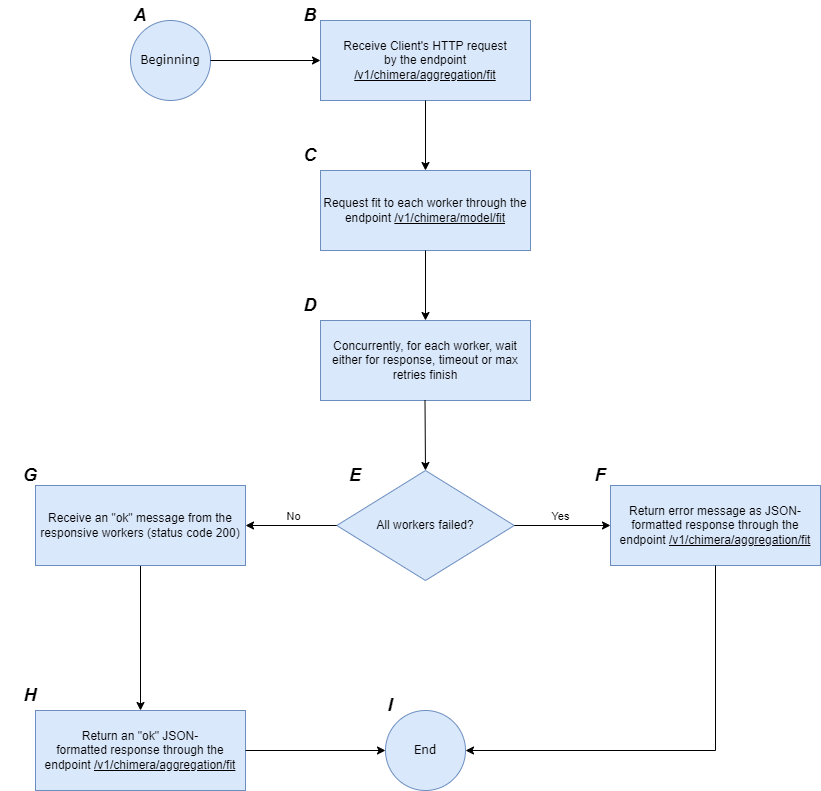
Before: images/aggregation_master_fit_state_machine_flowchart.drawio.png, a diagram exported from draw.io (Samirnunes/chimera). Source tidied: cells renumbered, new cells last; positions are measured from the earlier drawing's top-left corner, leaving out a move shared by most shapes.
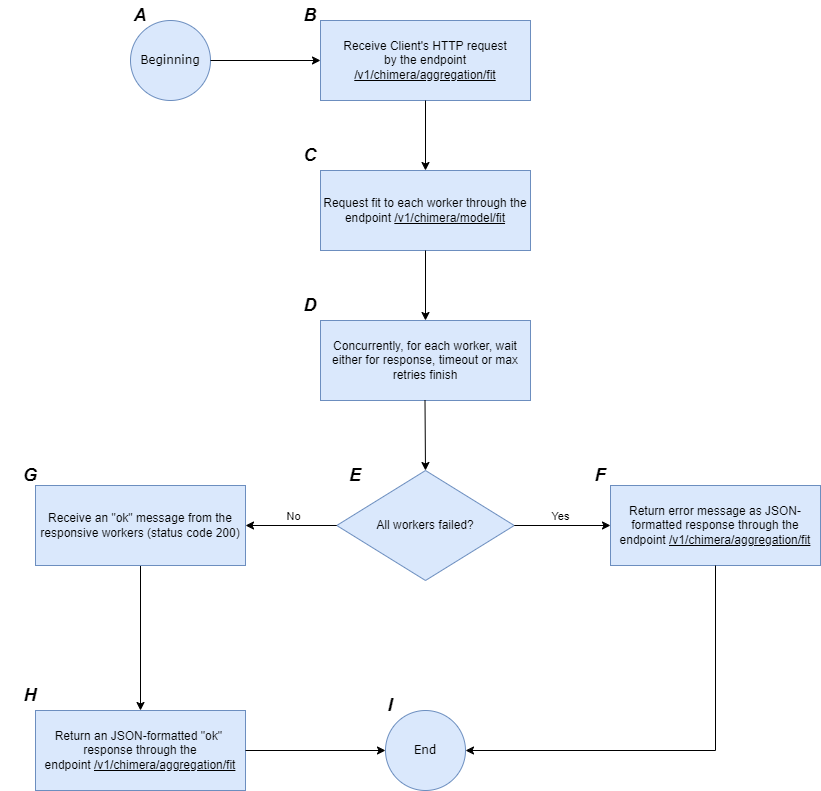
After the commit.

Change to the diagram source:
```diff
@@ -74,7 +74,7 @@
         </Array>
       </mxGeometry>
     </mxCell>
-    <mxCell id="22" value="Return an &quot;ok&quot; JSON-formatted&amp;nbsp;response through the endpoint&amp;nbsp;&lt;u&gt;/v1/chimera/aggregation/fit&lt;/u&gt;" style="rounded=0;whiteSpace=wrap;html=1;fillColor=#dae8fc;strokeColor=#6c8ebf;" parent="1" vertex="1">
+    <mxCell id="22" value="Return an JSON-formatted &quot;ok&quot;&amp;nbsp; response through the endpoint&amp;nbsp;&lt;u&gt;/v1/chimera/aggregation/fit&lt;/u&gt;" style="rounded=0;whiteSpace=wrap;html=1;fillColor=#dae8fc;strokeColor=#6c8ebf;" parent="1" vertex="1">
       <mxGeometry x="35" y="710" width="210" height="80" as="geometry" />
     </mxCell>
     <mxCell id="23" style="endArrow=classic;html=1;rounded=0;exitX=1;exitY=0.5;exitDx=0;exitDy=0;entryX=0;entryY=0.5;entryDx=0;entryDy=0;" parent="1" edge="1" source="22" target="20">
```
